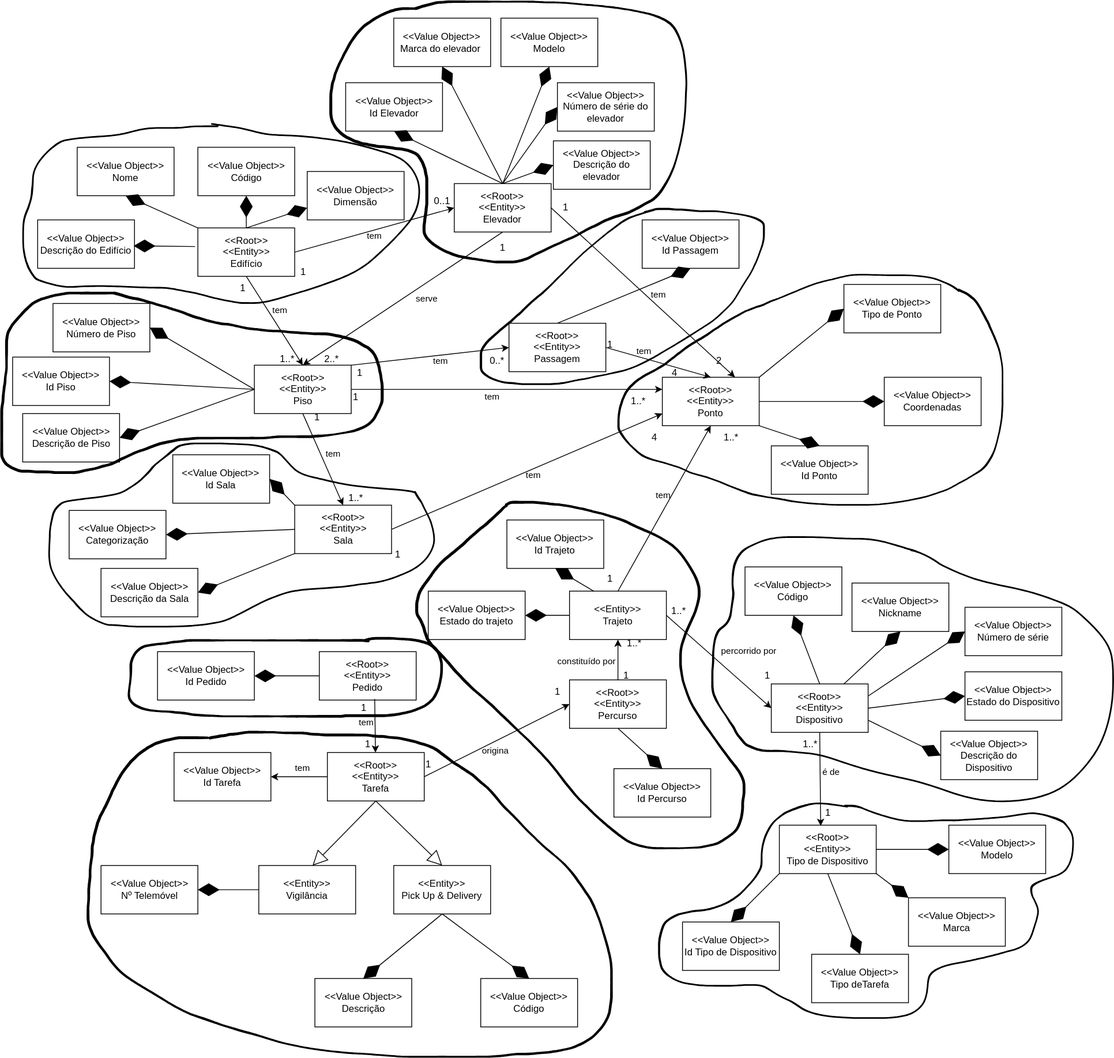
Earlier version of the draw.io export docs/DM/DM.svg (SEM5PI2324G58/sem5pi_g58_23_24). Source tidied: cells renumbered, new cells last; positions are measured from the earlier drawing's top-left corner, leaving out a move shared by most shapes.
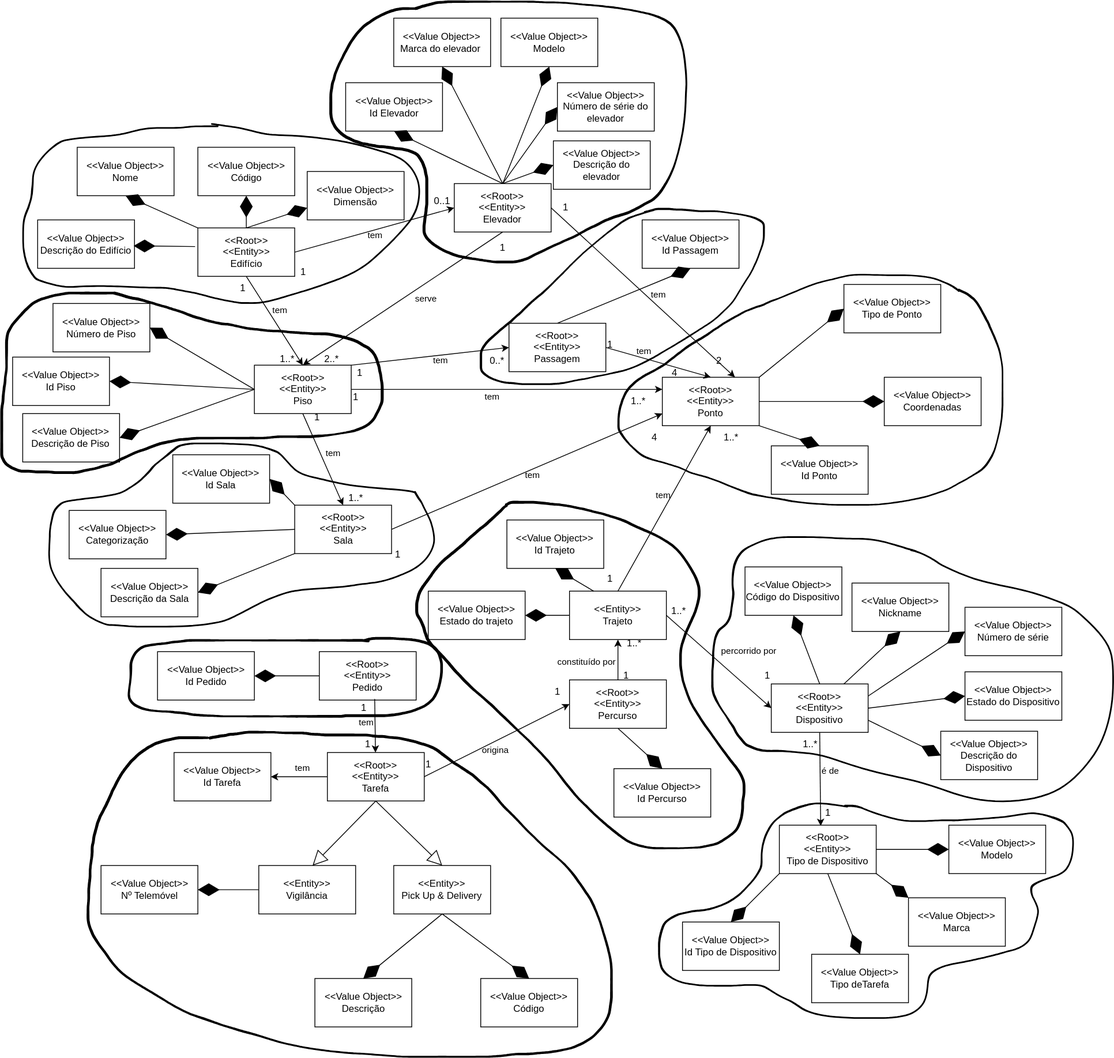
After the change.

Commit message:
[Design] Alteração do DM codigo passou para Código do Dispositivo

Change to the diagram source:
```diff
@@ -237,7 +237,7 @@
     <mxCell id="72" value="&amp;lt;&amp;lt;Value Object&amp;gt;&amp;gt;&lt;br style=&quot;border-color: var(--border-color);&quot;&gt;Nickname" style="rounded=0;whiteSpace=wrap;html=1;" parent="1" vertex="1">
       <mxGeometry x="1055" y="722" width="120" height="60" as="geometry" />
     </mxCell>
-    <mxCell id="73" value="&amp;lt;&amp;lt;Value Object&amp;gt;&amp;gt;&lt;br style=&quot;border-color: var(--border-color);&quot;&gt;Código" style="rounded=0;whiteSpace=wrap;html=1;" parent="1" vertex="1">
+    <mxCell id="73" value="&amp;lt;&amp;lt;Value Object&amp;gt;&amp;gt;&lt;br style=&quot;border-color: var(--border-color);&quot;&gt;Código do Dispositivo" style="rounded=0;whiteSpace=wrap;html=1;" parent="1" vertex="1">
       <mxGeometry x="922.5" y="702" width="120" height="60" as="geometry" />
     </mxCell>
     <mxCell id="74" style="endArrow=diamondThin;endFill=1;endSize=24;html=1;rounded=0;exitX=0.75;exitY=0;exitDx=0;exitDy=0;entryX=0.5;entryY=1;entryDx=0;entryDy=0;" parent="1" edge="1" source="6" target="72">
```
